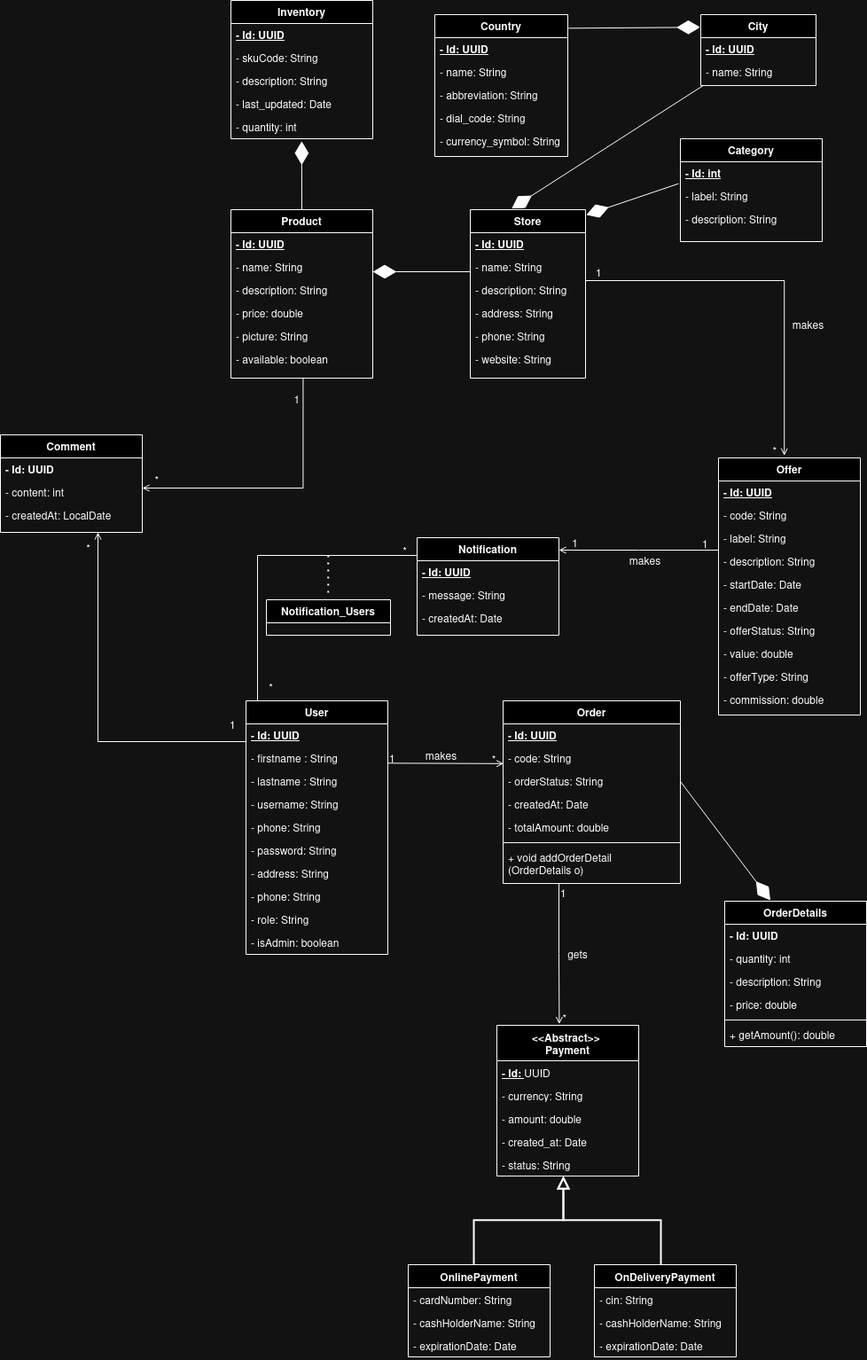
Earlier version of the draw.io export circuit_store.drawio.png (amine-elarass49/angular_doc). Source tidied: cells renumbered, new cells last; positions are measured from the earlier drawing's top-left corner, leaving out a move shared by most shapes.
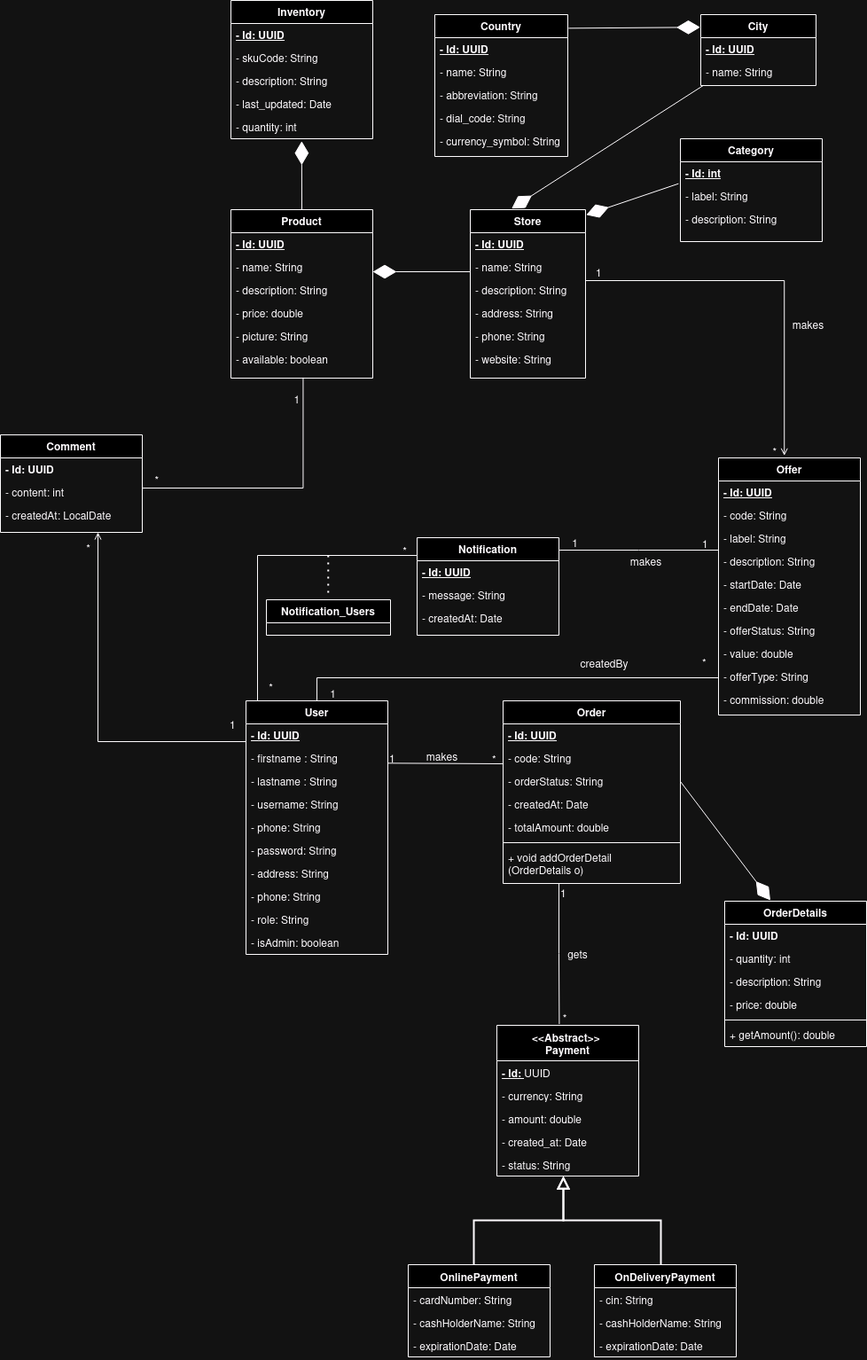
After the change.

The edit, as a diff of the source:
```diff
@@ -233,7 +233,7 @@
         <mxPoint x="635" y="1326" as="targetPoint" />
       </mxGeometry>
     </mxCell>
-    <mxCell id="76" style="endArrow=open;shadow=0;strokeWidth=1;rounded=0;curved=0;endFill=1;edgeStyle=elbowEdgeStyle;elbow=vertical;entryX=0.003;entryY=0.722;entryDx=0;entryDy=0;entryPerimeter=0;" parent="1" edge="1" target="31">
+    <mxCell id="76" style="endArrow=none;shadow=0;strokeWidth=1;rounded=0;curved=0;endFill=0;edgeStyle=elbowEdgeStyle;elbow=vertical;entryX=0.003;entryY=0.722;entryDx=0;entryDy=0;entryPerimeter=0;" parent="1" edge="1" target="31">
       <mxGeometry x="0.5" y="41" relative="1" as="geometry">
         <mxPoint x="437" y="860.3" as="sourcePoint" />
         <mxPoint x="-40" y="32" as="offset" />
@@ -306,7 +306,7 @@
     <mxCell id="93" value="- commission: double" style="text;align=left;verticalAlign=top;spacingLeft=4;spacingRight=4;overflow=hidden;rounded=0;shadow=0;html=0;" parent="83" vertex="1">
       <mxGeometry y="260" width="160" height="26" as="geometry" />
     </mxCell>
-    <mxCell id="94" style="endArrow=open;shadow=0;strokeWidth=1;rounded=0;curved=0;endFill=1;edgeStyle=elbowEdgeStyle;elbow=vertical;entryX=0.44;entryY=-0.008;entryDx=0;entryDy=0;entryPerimeter=0;" parent="1" edge="1" target="60">
+    <mxCell id="94" style="endArrow=none;shadow=0;strokeWidth=1;rounded=0;curved=0;endFill=0;edgeStyle=elbowEdgeStyle;elbow=vertical;entryX=0.44;entryY=-0.008;entryDx=0;entryDy=0;entryPerimeter=0;" parent="1" edge="1" target="60">
       <mxGeometry x="0.5" y="41" relative="1" as="geometry">
         <mxPoint x="630" y="996" as="sourcePoint" />
         <mxPoint x="-40" y="32" as="offset" />
@@ -363,7 +363,7 @@
         <mxPoint x="369.8" y="670" as="targetPoint" />
       </mxGeometry>
     </mxCell>
-    <mxCell id="107" style="endArrow=open;shadow=0;strokeWidth=1;rounded=0;curved=0;endFill=1;edgeStyle=elbowEdgeStyle;elbow=vertical;exitX=0.509;exitY=0.981;exitDx=0;exitDy=0;exitPerimeter=0;" parent="1" edge="1" source="15">
+    <mxCell id="107" style="endArrow=none;shadow=0;strokeWidth=1;rounded=0;curved=0;endFill=0;edgeStyle=elbowEdgeStyle;elbow=vertical;exitX=0.509;exitY=0.981;exitDx=0;exitDy=0;exitPerimeter=0;startArrow=none;startFill=0;" parent="1" edge="1" source="15">
       <mxGeometry x="0.5" y="41" relative="1" as="geometry">
         <mxPoint x="160" y="550" as="targetPoint" />
         <Array as="points">
@@ -438,7 +438,7 @@
         <mxPoint x="-23" y="-42" as="offset" />
       </mxGeometry>
     </mxCell>
-    <mxCell id="125" style="endArrow=open;shadow=0;strokeWidth=1;rounded=0;curved=0;endFill=1;edgeStyle=elbowEdgeStyle;elbow=vertical;" parent="1" edge="1" source="83">
+    <mxCell id="125" style="endArrow=none;shadow=0;strokeWidth=1;rounded=0;curved=0;endFill=0;edgeStyle=elbowEdgeStyle;elbow=vertical;" parent="1" edge="1" source="83">
       <mxGeometry x="0.5" y="41" relative="1" as="geometry">
         <mxPoint x="630" y="620" as="targetPoint" />
         <mxPoint x="-40" y="32" as="offset" />
@@ -459,5 +459,25 @@
         <mxPoint x="52" y="-37" as="offset" />
       </mxGeometry>
     </mxCell>
+    <mxCell id="129" style="endArrow=none;shadow=0;strokeWidth=1;rounded=0;curved=0;endFill=0;edgeStyle=elbowEdgeStyle;elbow=vertical;exitX=0;exitY=0.5;exitDx=0;exitDy=0;" parent="1" edge="1" source="91" target="44">
+      <mxGeometry x="0.5" y="41" relative="1" as="geometry">
+        <mxPoint x="-40" y="32" as="offset" />
+      </mxGeometry>
+    </mxCell>
+    <mxCell id="130" value="*" style="align=left;verticalAlign=bottom;labelBackgroundColor=none;fontSize=12;" parent="129" vertex="1">
+      <mxGeometry x="-1" relative="1" as="geometry">
+        <mxPoint x="-20" y="19" as="offset" />
+      </mxGeometry>
+    </mxCell>
+    <mxCell id="131" value="1" style="align=right;verticalAlign=bottom;labelBackgroundColor=none;fontSize=12;" parent="129" vertex="1">
+      <mxGeometry x="1" relative="1" as="geometry">
+        <mxPoint x="23" y="1" as="offset" />
+      </mxGeometry>
+    </mxCell>
+    <mxCell id="132" value="createdBy" style="text;html=1;align=center;verticalAlign=middle;labelBackgroundColor=none;rounded=0;shadow=0;strokeWidth=1;fontSize=12;" parent="129" vertex="1">
+      <mxGeometry x="0.5" y="49" relative="1" as="geometry">
+        <mxPoint x="223" y="-66" as="offset" />
+      </mxGeometry>
+    </mxCell>
   </root>
 </mxGraphModel>
```
